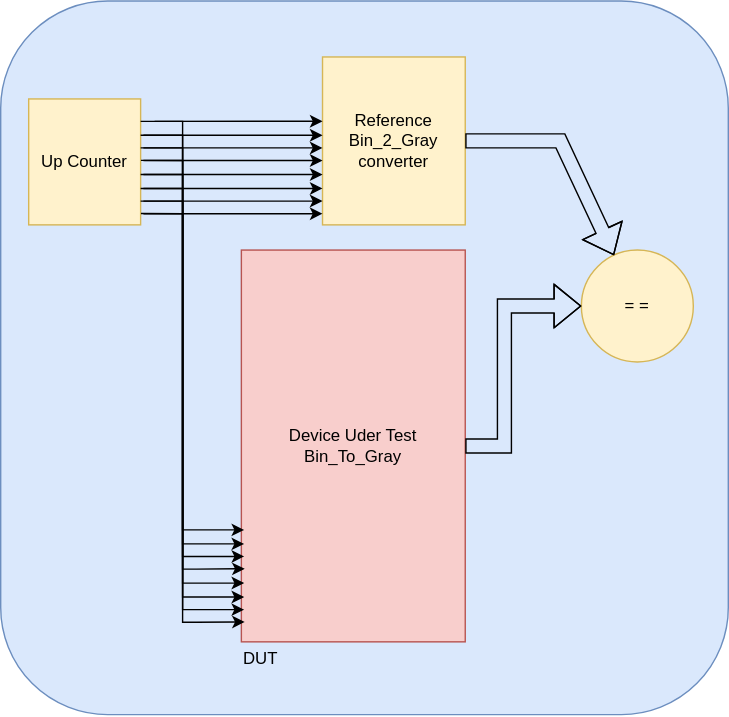
Above: document/bin_2_gray_tb.svg in ADN-VLSI/SC-SoC (draw.io), before the change. Source tidied: cells renumbered, new cells last; positions are measured from the earlier drawing's top-left corner, leaving out a move shared by most shapes. Source of this version:
```xml
<mxGraphModel>
  <root>
    <mxCell id="0" />
    <mxCell id="1" parent="0" />
    <mxCell id="2" style="rounded=1;whiteSpace=wrap;html=1;fillColor=#dae8fc;strokeColor=#6c8ebf;" parent="1" vertex="1">
      <mxGeometry width="520" height="510" as="geometry" />
    </mxCell>
    <mxCell id="3" value="&lt;div&gt;Device Uder Test&lt;br&gt;Bin_To_Gray&lt;/div&gt;" style="rounded=0;whiteSpace=wrap;html=1;fillColor=#f8cecc;strokeColor=#b85450;" parent="1" vertex="1">
      <mxGeometry x="172" y="178" width="160" height="280" as="geometry" />
    </mxCell>
    <mxCell id="4" value="DUT" style="text;html=1;align=center;verticalAlign=middle;whiteSpace=wrap;rounded=0;" parent="1" vertex="1">
      <mxGeometry x="156" y="455" width="60" height="30" as="geometry" />
    </mxCell>
    <mxCell id="5" value="Up Counter" style="rounded=0;whiteSpace=wrap;html=1;fillColor=#fff2cc;strokeColor=#d6b656;" parent="1" vertex="1">
      <mxGeometry x="20" y="70" width="80" height="90" as="geometry" />
    </mxCell>
    <mxCell id="6" style="endArrow=classic;html=1;exitX=1.003;exitY=0.916;exitDx=0;exitDy=0;exitPerimeter=0;entryX=0.015;entryY=0.942;entryDx=0;entryDy=0;entryPerimeter=0;rounded=0;curved=0;" parent="1" edge="1">
      <mxGeometry relative="1" as="geometry">
        <mxPoint x="100.2" y="151.9" as="sourcePoint" />
        <mxPoint x="174.4" y="443.8" as="targetPoint" />
        <Array as="points">
          <mxPoint x="130" y="152" />
          <mxPoint x="130" y="444" />
          <mxPoint x="140" y="444" />
        </Array>
      </mxGeometry>
    </mxCell>
    <mxCell id="7" style="endArrow=classic;html=1;exitX=1.003;exitY=0.916;exitDx=0;exitDy=0;exitPerimeter=0;entryX=0.015;entryY=0.942;entryDx=0;entryDy=0;entryPerimeter=0;rounded=0;curved=0;" parent="1" edge="1">
      <mxGeometry relative="1" as="geometry">
        <mxPoint x="100" y="143" as="sourcePoint" />
        <mxPoint x="174" y="435" as="targetPoint" />
        <Array as="points">
          <mxPoint x="130" y="143" />
          <mxPoint x="130" y="435" />
          <mxPoint x="140" y="435" />
        </Array>
      </mxGeometry>
    </mxCell>
    <mxCell id="8" style="endArrow=classic;html=1;exitX=1.003;exitY=0.916;exitDx=0;exitDy=0;exitPerimeter=0;entryX=0.015;entryY=0.942;entryDx=0;entryDy=0;entryPerimeter=0;rounded=0;curved=0;" parent="1" edge="1">
      <mxGeometry relative="1" as="geometry">
        <mxPoint x="100" y="134" as="sourcePoint" />
        <mxPoint x="174" y="426" as="targetPoint" />
        <Array as="points">
          <mxPoint x="130" y="134" />
          <mxPoint x="130" y="426" />
          <mxPoint x="140" y="426" />
        </Array>
      </mxGeometry>
    </mxCell>
    <mxCell id="9" style="endArrow=classic;html=1;exitX=1.003;exitY=0.916;exitDx=0;exitDy=0;exitPerimeter=0;entryX=0.015;entryY=0.942;entryDx=0;entryDy=0;entryPerimeter=0;rounded=0;curved=0;" parent="1" edge="1">
      <mxGeometry relative="1" as="geometry">
        <mxPoint x="100" y="124" as="sourcePoint" />
        <mxPoint x="174" y="416" as="targetPoint" />
        <Array as="points">
          <mxPoint x="130" y="124" />
          <mxPoint x="130" y="416" />
          <mxPoint x="140" y="416" />
        </Array>
      </mxGeometry>
    </mxCell>
    <mxCell id="10" style="endArrow=classic;html=1;exitX=1.003;exitY=0.916;exitDx=0;exitDy=0;exitPerimeter=0;entryX=0.015;entryY=0.942;entryDx=0;entryDy=0;entryPerimeter=0;rounded=0;curved=0;" parent="1" edge="1">
      <mxGeometry relative="1" as="geometry">
        <mxPoint x="100.2" y="113.9" as="sourcePoint" />
        <mxPoint x="174.4" y="405.8" as="targetPoint" />
        <Array as="points">
          <mxPoint x="130" y="114" />
          <mxPoint x="130" y="406" />
          <mxPoint x="140" y="406" />
        </Array>
      </mxGeometry>
    </mxCell>
    <mxCell id="11" style="endArrow=classic;html=1;exitX=1.003;exitY=0.916;exitDx=0;exitDy=0;exitPerimeter=0;entryX=0.015;entryY=0.942;entryDx=0;entryDy=0;entryPerimeter=0;rounded=0;curved=0;" parent="1" edge="1">
      <mxGeometry relative="1" as="geometry">
        <mxPoint x="100" y="105" as="sourcePoint" />
        <mxPoint x="174" y="397" as="targetPoint" />
        <Array as="points">
          <mxPoint x="130" y="105" />
          <mxPoint x="130" y="397" />
          <mxPoint x="140" y="397" />
        </Array>
      </mxGeometry>
    </mxCell>
    <mxCell id="12" style="endArrow=classic;html=1;exitX=1.003;exitY=0.916;exitDx=0;exitDy=0;exitPerimeter=0;entryX=0.015;entryY=0.942;entryDx=0;entryDy=0;entryPerimeter=0;rounded=0;curved=0;" parent="1" edge="1">
      <mxGeometry relative="1" as="geometry">
        <mxPoint x="100" y="96" as="sourcePoint" />
        <mxPoint x="174" y="388" as="targetPoint" />
        <Array as="points">
          <mxPoint x="130" y="96" />
          <mxPoint x="130" y="388" />
          <mxPoint x="140" y="388" />
        </Array>
      </mxGeometry>
    </mxCell>
    <mxCell id="13" style="endArrow=classic;html=1;exitX=1.003;exitY=0.916;exitDx=0;exitDy=0;exitPerimeter=0;entryX=0.015;entryY=0.942;entryDx=0;entryDy=0;entryPerimeter=0;rounded=0;curved=0;" parent="1" edge="1">
      <mxGeometry relative="1" as="geometry">
        <mxPoint x="100" y="86" as="sourcePoint" />
        <mxPoint x="174" y="378" as="targetPoint" />
        <Array as="points">
          <mxPoint x="130" y="86" />
          <mxPoint x="130" y="378" />
          <mxPoint x="140" y="378" />
        </Array>
      </mxGeometry>
    </mxCell>
    <mxCell id="14" value="Reference Bin_2_Gray converter" style="rounded=0;whiteSpace=wrap;html=1;fillColor=#fff2cc;strokeColor=#d6b656;" parent="1" vertex="1">
      <mxGeometry x="230" y="40" width="102" height="120" as="geometry" />
    </mxCell>
    <mxCell id="15" style="endArrow=classic;html=1;entryX=0;entryY=0.383;entryDx=0;entryDy=0;entryPerimeter=0;" parent="1" edge="1" target="14">
      <mxGeometry relative="1" as="geometry">
        <mxPoint x="110" y="86" as="sourcePoint" />
      </mxGeometry>
    </mxCell>
    <mxCell id="16" style="endArrow=classic;html=1;exitX=1.02;exitY=0.383;exitDx=0;exitDy=0;exitPerimeter=0;entryX=0;entryY=0.383;entryDx=0;entryDy=0;entryPerimeter=0;" parent="1" edge="1">
      <mxGeometry relative="1" as="geometry">
        <mxPoint x="102" y="96" as="sourcePoint" />
        <mxPoint x="230" y="96" as="targetPoint" />
      </mxGeometry>
    </mxCell>
    <mxCell id="17" style="endArrow=classic;html=1;exitX=1.02;exitY=0.383;exitDx=0;exitDy=0;exitPerimeter=0;entryX=0;entryY=0.383;entryDx=0;entryDy=0;entryPerimeter=0;" parent="1" edge="1">
      <mxGeometry relative="1" as="geometry">
        <mxPoint x="102" y="105" as="sourcePoint" />
        <mxPoint x="230" y="105" as="targetPoint" />
      </mxGeometry>
    </mxCell>
    <mxCell id="18" style="endArrow=classic;html=1;exitX=1.02;exitY=0.383;exitDx=0;exitDy=0;exitPerimeter=0;entryX=0;entryY=0.383;entryDx=0;entryDy=0;entryPerimeter=0;" parent="1" edge="1">
      <mxGeometry relative="1" as="geometry">
        <mxPoint x="102" y="114" as="sourcePoint" />
        <mxPoint x="230" y="114" as="targetPoint" />
      </mxGeometry>
    </mxCell>
    <mxCell id="19" style="endArrow=classic;html=1;exitX=1.02;exitY=0.383;exitDx=0;exitDy=0;exitPerimeter=0;entryX=0;entryY=0.383;entryDx=0;entryDy=0;entryPerimeter=0;" parent="1" edge="1">
      <mxGeometry relative="1" as="geometry">
        <mxPoint x="102" y="124" as="sourcePoint" />
        <mxPoint x="230" y="124" as="targetPoint" />
      </mxGeometry>
    </mxCell>
    <mxCell id="20" style="endArrow=classic;html=1;exitX=1.02;exitY=0.383;exitDx=0;exitDy=0;exitPerimeter=0;entryX=0;entryY=0.383;entryDx=0;entryDy=0;entryPerimeter=0;" parent="1" edge="1">
      <mxGeometry relative="1" as="geometry">
        <mxPoint x="102" y="134" as="sourcePoint" />
        <mxPoint x="230" y="134" as="targetPoint" />
      </mxGeometry>
    </mxCell>
    <mxCell id="21" style="endArrow=classic;html=1;exitX=1.02;exitY=0.383;exitDx=0;exitDy=0;exitPerimeter=0;entryX=0;entryY=0.383;entryDx=0;entryDy=0;entryPerimeter=0;" parent="1" edge="1">
      <mxGeometry relative="1" as="geometry">
        <mxPoint x="102" y="143" as="sourcePoint" />
        <mxPoint x="230" y="143" as="targetPoint" />
      </mxGeometry>
    </mxCell>
    <mxCell id="22" style="endArrow=classic;html=1;exitX=1.02;exitY=0.383;exitDx=0;exitDy=0;exitPerimeter=0;entryX=0;entryY=0.383;entryDx=0;entryDy=0;entryPerimeter=0;" parent="1" edge="1">
      <mxGeometry relative="1" as="geometry">
        <mxPoint x="102" y="152" as="sourcePoint" />
        <mxPoint x="230" y="152" as="targetPoint" />
      </mxGeometry>
    </mxCell>
    <mxCell id="23" value="= =" style="ellipse;whiteSpace=wrap;html=1;fillColor=#fff2cc;strokeColor=#d6b656;" parent="1" vertex="1">
      <mxGeometry x="415" y="178" width="80" height="80" as="geometry" />
    </mxCell>
    <mxCell id="24" style="endArrow=classic;html=1;exitX=1;exitY=0.5;exitDx=0;exitDy=0;rounded=0;curved=0;shape=flexArrow;fillStyle=hatch;" parent="1" edge="1" source="14" target="23">
      <mxGeometry relative="1" as="geometry">
        <Array as="points">
          <mxPoint x="400" y="100" />
        </Array>
      </mxGeometry>
    </mxCell>
    <mxCell id="25" style="endArrow=classic;html=1;exitX=1;exitY=0.5;exitDx=0;exitDy=0;entryX=0;entryY=0.5;entryDx=0;entryDy=0;rounded=0;curved=0;shape=flexArrow;" parent="1" edge="1" source="3" target="23">
      <mxGeometry relative="1" as="geometry">
        <Array as="points">
          <mxPoint x="360" y="318" />
          <mxPoint x="360" y="218" />
        </Array>
      </mxGeometry>
    </mxCell>
  </root>
</mxGraphModel>
```
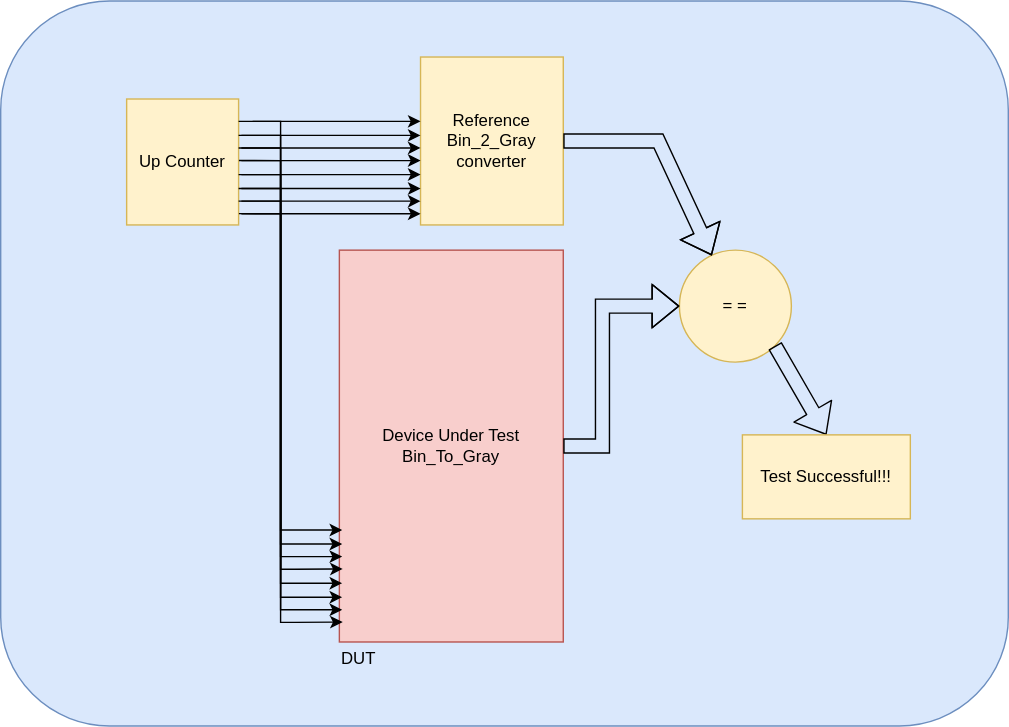
The same file after the commit.

Diff of the diagram source:
```diff
@@ -3,9 +3,9 @@
     <mxCell id="0" />
     <mxCell id="1" parent="0" />
     <mxCell id="2" style="rounded=1;whiteSpace=wrap;html=1;fillColor=#dae8fc;strokeColor=#6c8ebf;" parent="1" vertex="1">
-      <mxGeometry width="520" height="510" as="geometry" />
+      <mxGeometry x="-70" width="720" height="518" as="geometry" />
     </mxCell>
-    <mxCell id="3" value="&lt;div&gt;Device Uder Test&lt;br&gt;Bin_To_Gray&lt;/div&gt;" style="rounded=0;whiteSpace=wrap;html=1;fillColor=#f8cecc;strokeColor=#b85450;" parent="1" vertex="1">
+    <mxCell id="3" value="&lt;div&gt;Device Under Test&lt;br&gt;Bin_To_Gray&lt;/div&gt;" style="rounded=0;whiteSpace=wrap;html=1;fillColor=#f8cecc;strokeColor=#b85450;" parent="1" vertex="1">
       <mxGeometry x="172" y="178" width="160" height="280" as="geometry" />
     </mxCell>
     <mxCell id="4" value="DUT" style="text;html=1;align=center;verticalAlign=middle;whiteSpace=wrap;rounded=0;" parent="1" vertex="1">
@@ -170,5 +170,11 @@
         </Array>
       </mxGeometry>
     </mxCell>
+    <mxCell id="26" style="endArrow=classic;html=1;exitX=1;exitY=1;exitDx=0;exitDy=0;shape=flexArrow;entryX=0.5;entryY=0;entryDx=0;entryDy=0;" parent="1" edge="1" source="23" target="27">
+      <mxGeometry relative="1" as="geometry" />
+    </mxCell>
+    <mxCell id="27" value="Test Successful!!!" style="rounded=0;whiteSpace=wrap;html=1;fillColor=#fff2cc;strokeColor=#d6b656;" parent="1" vertex="1">
+      <mxGeometry x="460" y="310" width="120" height="60" as="geometry" />
+    </mxCell>
   </root>
 </mxGraphModel>
```
